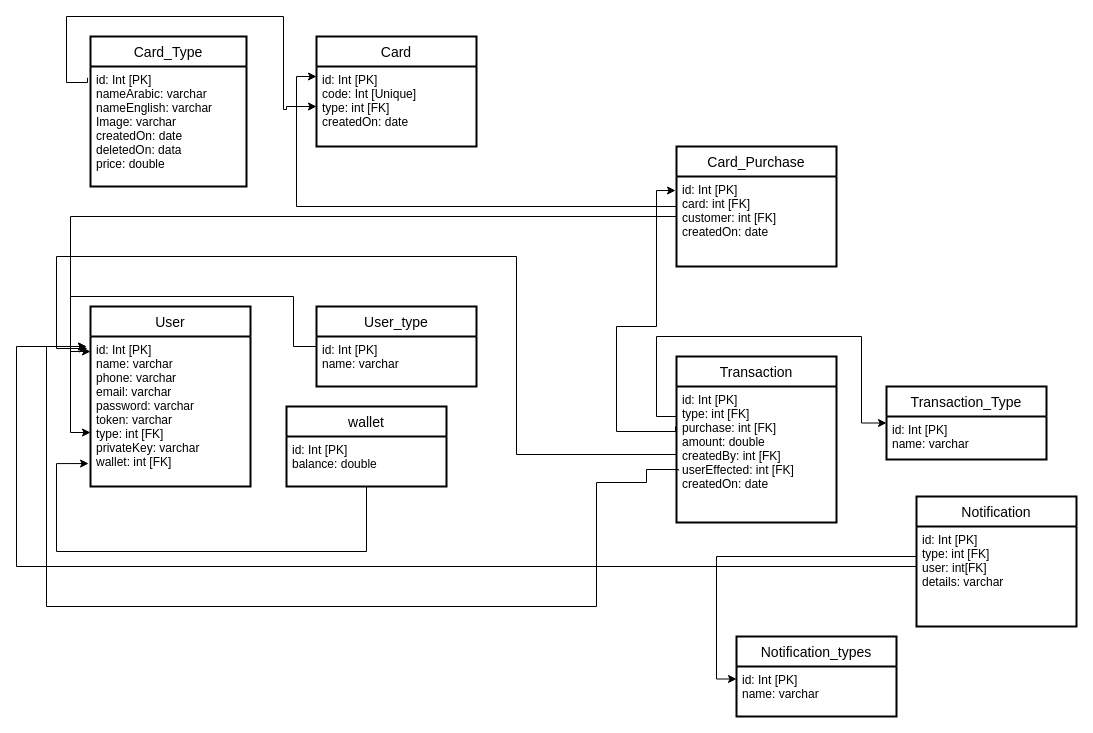
Earlier version of the draw.io diagram src/diagrams/database.drawio (Ibrahimrahhal/Betakatcom-BE). Source tidied: cells renumbered, new cells numbered last; positions are measured from the earlier drawing's top-left corner, leaving out a move shared by most shapes. Both pictures are drawn from the tidied source at 100%, with x=0, y=0 at pixel (16, 16).
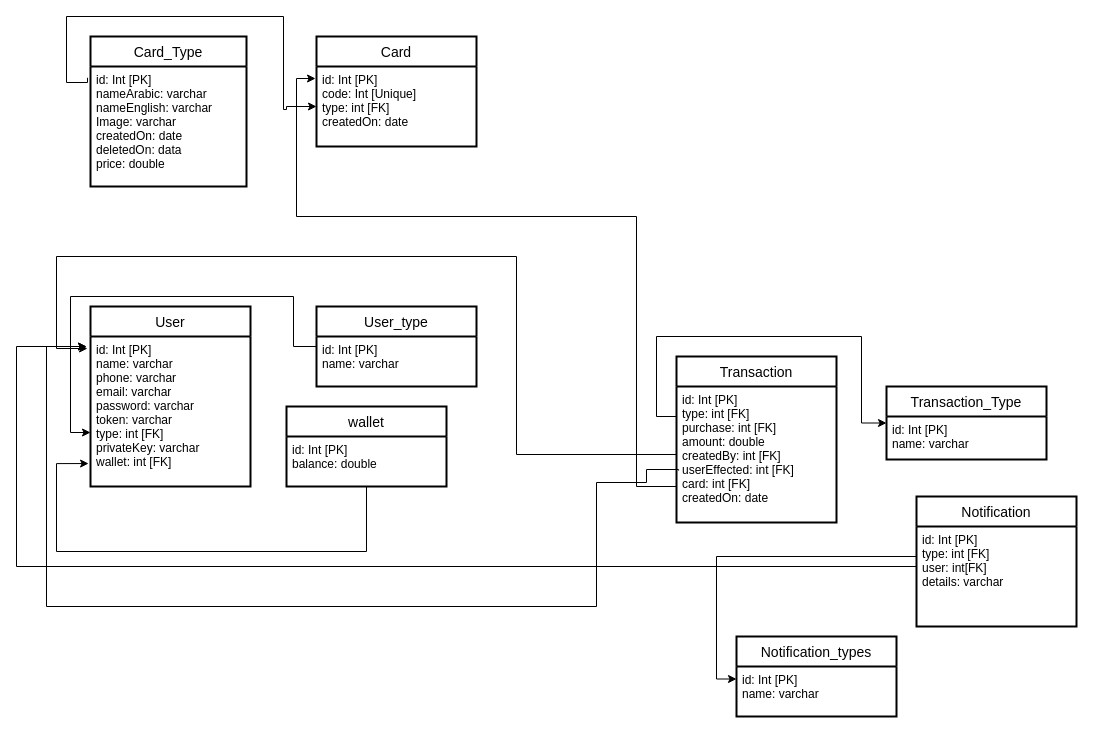
Above is the later version.

The change refers to these unchanged cells:
```xml
<mxCell id="3" value="id: Int [PK]&#10;code: Int [Unique]&#10;type: int [FK]&#10;createdOn: date" style="align=left;strokeColor=none;fillColor=none;spacingLeft=4;fontSize=12;verticalAlign=top;" parent="2" vertex="1">
  <mxGeometry y="30" width="160" height="80" as="geometry" />
</mxCell>
<mxCell id="7" value="User" style="swimlane;horizontal=1;startSize=30;rounded=1;fontSize=14;fontStyle=0;strokeWidth=2;shadow=0;dashed=0;align=center;arcSize=0;" parent="1" vertex="1">
  <mxGeometry x="74" y="290" width="160" height="180" as="geometry" />
</mxCell>
<mxCell id="20" value="Transaction" style="swimlane;horizontal=1;startSize=30;rounded=1;fontSize=14;fontStyle=0;strokeWidth=2;shadow=0;dashed=0;align=center;arcSize=0;" parent="1" vertex="1">
  <mxGeometry x="660" y="340" width="160" height="166" as="geometry" />
</mxCell>
```

The edit, as a diff of the source:
```diff
@@
-    <mxCell id="15" value="Card_Purchase" style="swimlane;horizontal=1;startSize=30;rounded=1;fontSize=14;fontStyle=0;strokeWidth=2;shadow=0;dashed=0;align=center;arcSize=0;" parent="1" vertex="1">
-      <mxGeometry x="660" y="130" width="160" height="120" as="geometry" />
-    </mxCell>
-    <mxCell id="16" value="id: Int [PK]&#10;card: int [FK]&#10;customer: int [FK]&#10;createdOn: date" style="align=left;strokeColor=none;fillColor=none;spacingLeft=4;fontSize=12;verticalAlign=top;" parent="15" vertex="1">
-      <mxGeometry y="30" width="160" height="90" as="geometry" />
-    </mxCell>
-    <mxCell id="17" style="edgeStyle=orthogonalEdgeStyle;rounded=0;jettySize=auto;html=1;entryX=0;entryY=0.125;entryDx=0;entryDy=0;entryPerimeter=0;exitX=0;exitY=0.25;exitDx=0;exitDy=0;" parent="1" edge="1" source="16" target="3">
-      <mxGeometry relative="1" as="geometry">
-        <Array as="points">
-          <mxPoint x="660" y="190" />
-          <mxPoint x="280" y="190" />
-          <mxPoint x="280" y="60" />
-        </Array>
-      </mxGeometry>
-    </mxCell>
-    <mxCell id="18" style="edgeStyle=orthogonalEdgeStyle;rounded=0;jettySize=auto;html=1;exitX=0;exitY=0.5;exitDx=0;exitDy=0;entryX=0;entryY=0.25;entryDx=0;entryDy=0;" parent="1" edge="1" source="16" target="7">
-      <mxGeometry relative="1" as="geometry">
-        <Array as="points">
-          <mxPoint x="660" y="200" />
-          <mxPoint x="54" y="200" />
-          <mxPoint x="54" y="335" />
-        </Array>
-      </mxGeometry>
-    </mxCell>
@@
-    <mxCell id="21" value="id: Int [PK]&#10;type: int [FK]&#10;purchase: int [FK]&#10;amount: double&#10;createdBy: int [FK]&#10;userEffected: int [FK]&#10;createdOn: date" style="align=left;strokeColor=none;fillColor=none;spacingLeft=4;fontSize=12;verticalAlign=top;" parent="20" vertex="1">
+    <mxCell id="21" value="id: Int [PK]&#10;type: int [FK]&#10;purchase: int [FK]&#10;amount: double&#10;createdBy: int [FK]&#10;userEffected: int [FK]&#10;card: int [FK]&#10;createdOn: date" style="align=left;strokeColor=none;fillColor=none;spacingLeft=4;fontSize=12;verticalAlign=top;" parent="20" vertex="1">
       <mxGeometry y="30" width="160" height="136" as="geometry" />
     </mxCell>
@@
-    <mxCell id="24" style="edgeStyle=orthogonalEdgeStyle;rounded=0;jettySize=auto;html=1;entryX=-0.006;entryY=0.156;entryDx=0;entryDy=0;entryPerimeter=0;" parent="1" edge="1" target="16">
-      <mxGeometry relative="1" as="geometry">
-        <mxPoint x="659" y="410" as="sourcePoint" />
-        <Array as="points">
-          <mxPoint x="600" y="415" />
-          <mxPoint x="600" y="310" />
-          <mxPoint x="640" y="310" />
-          <mxPoint x="640" y="174" />
-        </Array>
-      </mxGeometry>
-    </mxCell>
@@
+    <mxCell id="33" style="edgeStyle=orthogonalEdgeStyle;rounded=0;jettySize=auto;html=1;entryX=-0.006;entryY=0.15;entryDx=0;entryDy=0;entryPerimeter=0;" parent="1" edge="1" source="21" target="3">
+      <mxGeometry relative="1" as="geometry">
+        <Array as="points">
+          <mxPoint x="620" y="470" />
+          <mxPoint x="620" y="200" />
+          <mxPoint x="280" y="200" />
+          <mxPoint x="280" y="62" />
+        </Array>
+      </mxGeometry>
+    </mxCell>
```
